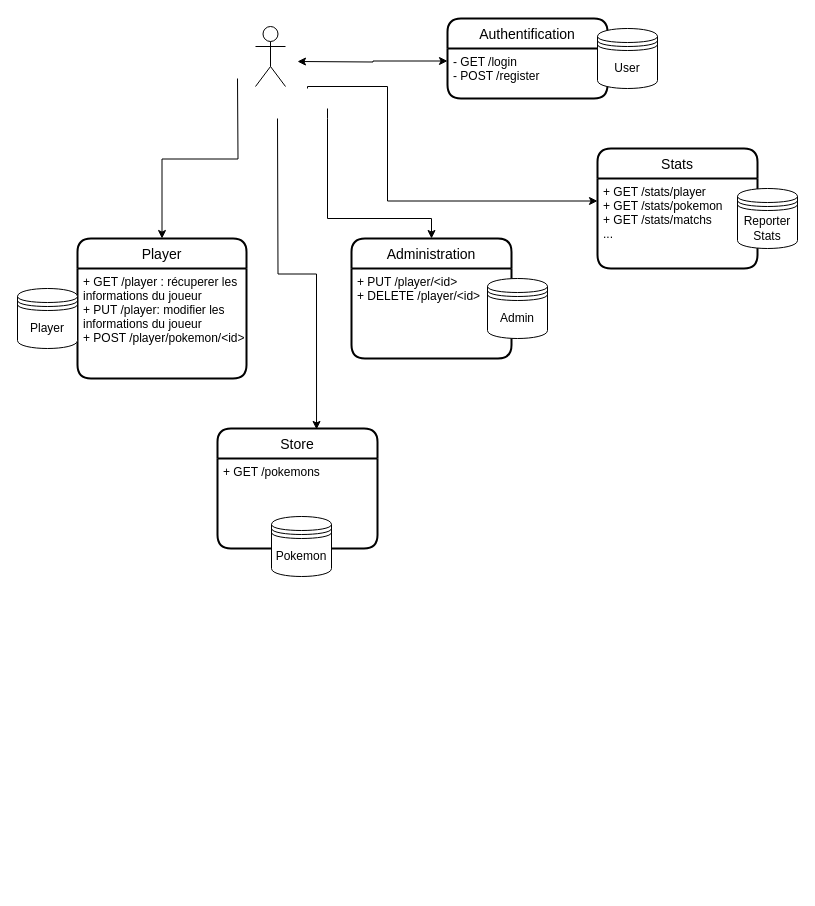
Above: page "Page-1" (1 of 2) of doc/diagram.drawio in Hugov8/pokefumi-micros-services (draw.io), before the change. Source tidied: cells renumbered, new cells numbered last; positions are measured from the earlier drawing's top-left corner, leaving out a move shared by most shapes. Both pictures are drawn from the tidied source at 100%, with x=0, y=0 at pixel (17, 18).
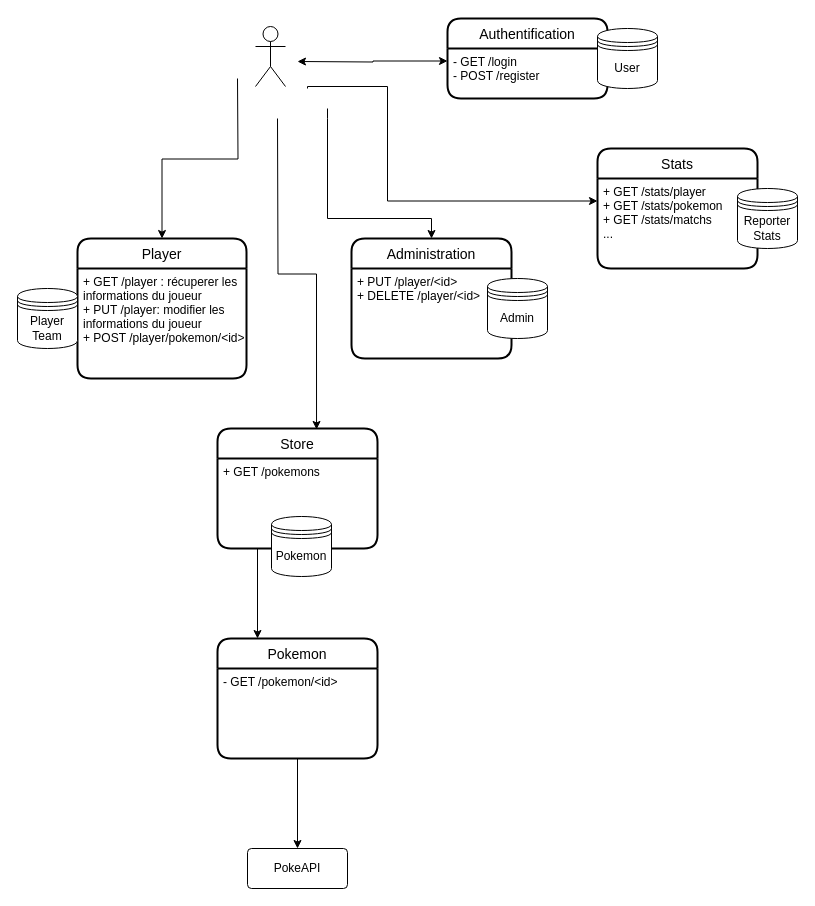
Above is the later version.

Commit message:
update diagram & add database schema

The change refers to these unchanged cells:
```xml
<mxCell id="22" value="+ GET /pokemons&#10;" style="align=left;strokeColor=none;fillColor=none;spacingLeft=4;fontSize=12;verticalAlign=top;" parent="21" vertex="1">
  <mxGeometry y="30" width="160" height="90" as="geometry" />
</mxCell>
```

The edit, as a diff of the source:
```diff
@@
-    <mxCell id="19" value="Player" style="shape=datastore;whiteSpace=wrap;html=1;" parent="1" vertex="1">
+    <mxCell id="19" value="Player&lt;br&gt;Team" style="shape=datastore;whiteSpace=wrap;html=1;" parent="1" vertex="1">
       <mxGeometry y="270" width="60" height="60" as="geometry" />
     </mxCell>
@@
+    <mxCell id="24" value="Pokemon" style="swimlane;horizontal=1;startSize=30;rounded=1;fontSize=14;fontStyle=0;strokeWidth=2;shadow=0;dashed=0;align=center;" parent="1" vertex="1">
+      <mxGeometry x="200" y="620" width="160" height="120" as="geometry" />
+    </mxCell>
+    <mxCell id="25" value="- GET /pokemon/&lt;id&gt;" style="align=left;strokeColor=none;fillColor=none;spacingLeft=4;fontSize=12;verticalAlign=top;" parent="24" vertex="1">
+      <mxGeometry y="30" width="160" height="90" as="geometry" />
+    </mxCell>
+    <mxCell id="26" style="edgeStyle=none;html=1;exitX=0.25;exitY=1;exitDx=0;exitDy=0;entryX=0.25;entryY=0;entryDx=0;entryDy=0;" parent="1" edge="1" source="22" target="24">
+      <mxGeometry relative="1" as="geometry" />
+    </mxCell>
+    <mxCell id="27" style="edgeStyle=none;html=1;exitX=0.5;exitY=1;exitDx=0;exitDy=0;" parent="1" edge="1" source="25">
+      <mxGeometry relative="1" as="geometry">
+        <mxPoint x="280" y="830" as="targetPoint" />
+      </mxGeometry>
+    </mxCell>
+    <mxCell id="28" value="PokeAPI" style="rounded=1;arcSize=10;whiteSpace=wrap;html=1;align=center;" parent="1" vertex="1">
+      <mxGeometry x="230" y="830" width="100" height="40" as="geometry" />
+    </mxCell>
```
